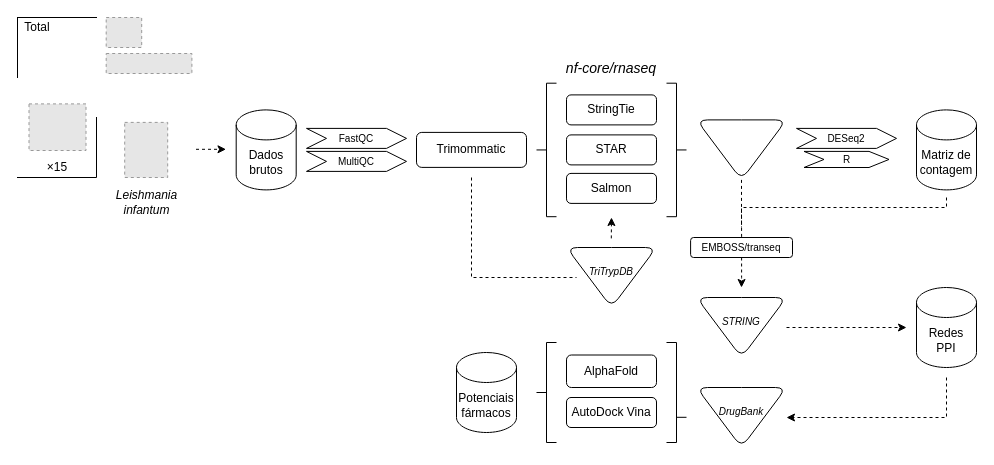
Earlier version of the draw.io diagram ufsc/ppgbtc-doutorado/workflow_BTC510050.drawio (ekazuo/draw-io). Source tidied: cells renumbered, new cells numbered last; positions are measured from the earlier drawing's top-left corner, leaving out a move shared by most shapes. Both pictures are drawn from the tidied source at 100%, with x=0, y=0 at pixel (17, 17). Pictures stored in the file or linked from it are replaced by grey dashed boxes.
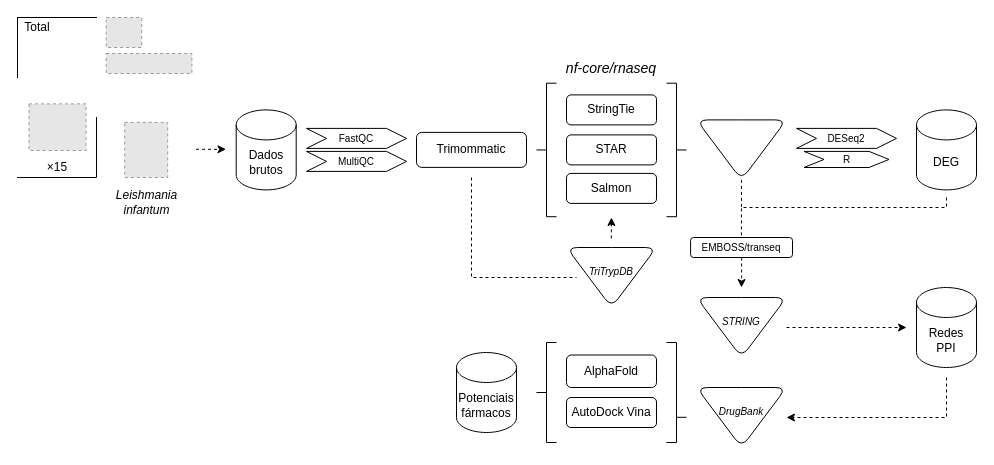
Above is the later version.

The change refers to these unchanged cells:
```xml
<mxCell id="24" style="triangle;whiteSpace=wrap;html=1;rotation=0;rounded=1;arcSize=22;direction=south;fontSize=10;" parent="1" vertex="1">
  <mxGeometry x="679" y="102.4" width="90" height="60" as="geometry" />
</mxCell>
<mxCell id="29" value="&lt;font style=&quot;font-size: 10px;&quot;&gt;EMBOSS/transeq&lt;/font&gt;" style="rounded=1;whiteSpace=wrap;html=1;" parent="1" vertex="1">
  <mxGeometry x="673.1" y="220" width="101.9" height="20" as="geometry" />
</mxCell>
```

The edit, as a diff of the source:
```diff
@@
-    <mxCell id="23" style="edgeStyle=orthogonalEdgeStyle;rounded=0;jettySize=auto;html=1;endArrow=none;endFill=0;dashed=1;" parent="1" edge="1" source="24" target="29">
-      <mxGeometry relative="1" as="geometry" />
+    <mxCell id="23" style="edgeStyle=orthogonalEdgeStyle;rounded=0;jettySize=auto;html=1;endArrow=none;endFill=0;dashed=1;" parent="1" edge="1" source="24">
+      <mxGeometry relative="1" as="geometry">
+        <mxPoint x="724" y="190" as="targetPoint" />
+      </mxGeometry>
     </mxCell>
@@
-    <mxCell id="27" value="Matriz de contagem" style="shape=cylinder3;whiteSpace=wrap;html=1;boundedLbl=1;backgroundOutline=1;size=15;fontFamily=Helvetica;" parent="1" vertex="1">
+    <mxCell id="27" value="DEG" style="shape=cylinder3;whiteSpace=wrap;html=1;boundedLbl=1;backgroundOutline=1;size=15;fontFamily=Helvetica;" parent="1" vertex="1">
       <mxGeometry x="899" y="92.4" width="60" height="80" as="geometry" />
     </mxCell>
@@
-    <mxCell id="30" style="edgeStyle=orthogonalEdgeStyle;rounded=0;orthogonalLoop=1;jettySize=auto;html=1;dashed=1;endArrow=none;endFill=0;" parent="1" edge="1">
+    <mxCell id="30" style="edgeStyle=orthogonalEdgeStyle;rounded=0;jettySize=auto;html=1;dashed=1;endArrow=none;endFill=0;entryX=0.499;entryY=-0.09;entryDx=0;entryDy=0;entryPerimeter=0;" parent="1" edge="1" target="29">
       <mxGeometry relative="1" as="geometry">
         <mxPoint x="929" y="180" as="sourcePoint" />
-        <mxPoint x="724" y="210" as="targetPoint" />
         <Array as="points">
           <mxPoint x="929" y="190" />
           <mxPoint x="724" y="190" />
         </Array>
       </mxGeometry>
     </mxCell>
```
